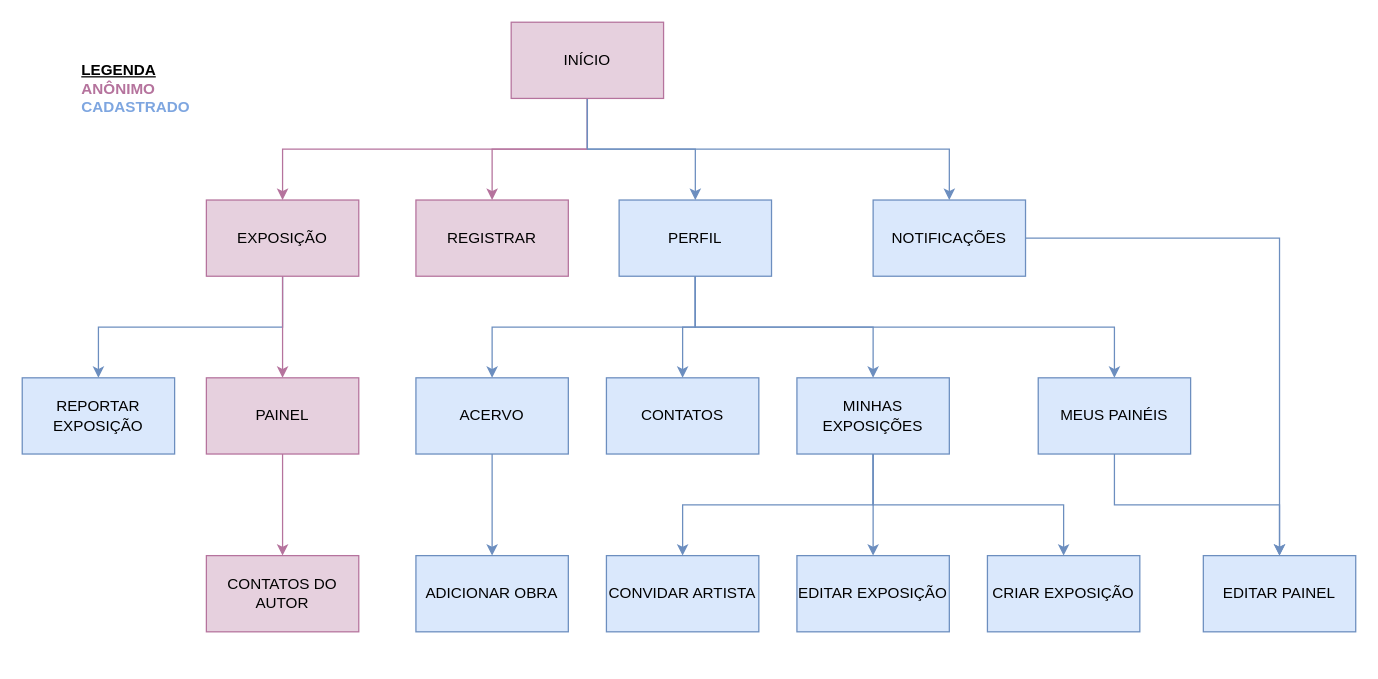
This is page "Mapa do Site" (2 of 7) of UnderExpo.drawio from GustavoDeOliveira/underexpo, a draw.io file, before an edit. Source tidied: cells renumbered, new cells numbered last; positions are measured from the earlier drawing's top-left corner, leaving out a move shared by most shapes. Both pictures are drawn from the tidied source at 127%, with x=0, y=0 at pixel (22, 22).
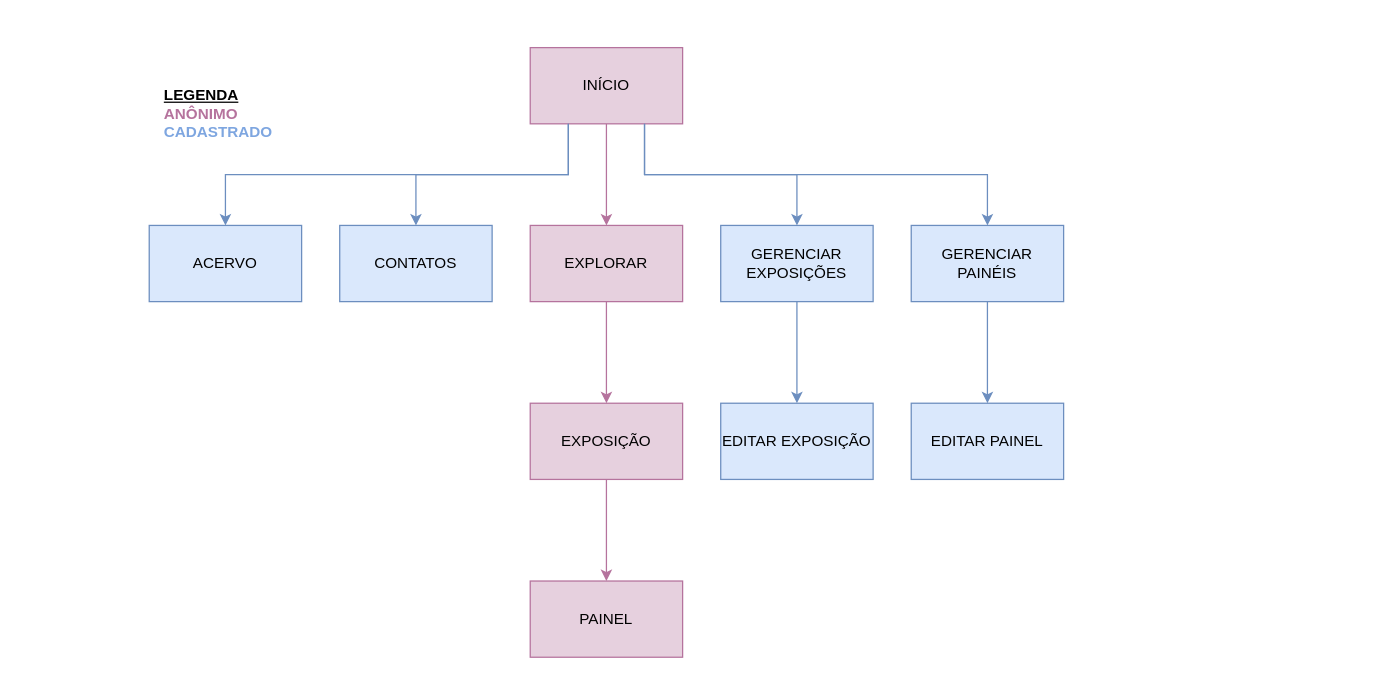
Above is the later version.

Commit message:
Atualizando mapa do site UnderExpo.drawio

The edit, as a diff of the source:
```diff
@@
-    <mxCell id="2" style="edgeStyle=orthogonalEdgeStyle;rounded=0;jettySize=auto;html=1;exitX=0.5;exitY=1;exitDx=0;exitDy=0;fillColor=#dae8fc;strokeColor=#6c8ebf;" parent="1" edge="1" source="11" target="30">
-      <mxGeometry relative="1" as="geometry" />
-    </mxCell>
-    <mxCell id="3" style="edgeStyle=orthogonalEdgeStyle;rounded=0;jettySize=auto;html=1;exitX=0.5;exitY=1;exitDx=0;exitDy=0;fillColor=#E6D0DE;strokeColor=#B5739D;" parent="1" edge="1" source="7" target="11">
+    <mxCell id="3" style="edgeStyle=orthogonalEdgeStyle;rounded=0;jettySize=auto;html=1;exitX=0.5;exitY=1;exitDx=0;exitDy=0;fillColor=#E6D0DE;strokeColor=#B5739D;entryX=0.5;entryY=0;entryDx=0;entryDy=0;" parent="1" edge="1" source="7" target="37">
       <mxGeometry relative="1" as="geometry" />
     </mxCell>
-    <mxCell id="4" style="edgeStyle=orthogonalEdgeStyle;rounded=0;jettySize=auto;html=1;fillColor=#dae8fc;strokeColor=#6c8ebf;exitX=0.5;exitY=1;exitDx=0;exitDy=0;" parent="1" edge="1" source="7" target="17">
-      <mxGeometry relative="1" as="geometry" />
-    </mxCell>
-    <mxCell id="5" style="edgeStyle=orthogonalEdgeStyle;rounded=0;jettySize=auto;html=1;fillColor=#E6D0DE;strokeColor=#B5739D;" parent="1" edge="1" source="7" target="23">
-      <mxGeometry relative="1" as="geometry" />
-    </mxCell>
-    <mxCell id="6" style="edgeStyle=orthogonalEdgeStyle;rounded=0;jettySize=auto;html=1;fillColor=#dae8fc;strokeColor=#6c8ebf;exitX=0.5;exitY=1;exitDx=0;exitDy=0;entryX=0.5;entryY=0;entryDx=0;entryDy=0;" parent="1" edge="1" source="7" target="28">
-      <mxGeometry relative="1" as="geometry" />
-    </mxCell>
     <mxCell id="7" value="INÍCIO" style="rounded=0;whiteSpace=wrap;html=1;fillColor=#E6D0DE;strokeColor=#B5739D;" parent="1" vertex="1">
-      <mxGeometry x="385" width="120" height="60" as="geometry" />
+      <mxGeometry x="400" y="20" width="120" height="60" as="geometry" />
     </mxCell>
@@
-    <mxCell id="10" style="edgeStyle=orthogonalEdgeStyle;rounded=0;jettySize=auto;html=1;fillColor=#dae8fc;strokeColor=#6c8ebf;exitX=0.5;exitY=1;exitDx=0;exitDy=0;entryX=0.5;entryY=0;entryDx=0;entryDy=0;" parent="1" edge="1" source="24" target="27">
-      <mxGeometry relative="1" as="geometry" />
-    </mxCell>
     <mxCell id="11" value="EXPOSIÇÃO" style="rounded=0;whiteSpace=wrap;html=1;fillColor=#E6D0DE;strokeColor=#B5739D;" parent="1" vertex="1">
-      <mxGeometry x="145" y="140" width="120" height="60" as="geometry" />
+      <mxGeometry x="400" y="300" width="120" height="60" as="geometry" />
     </mxCell>
-    <mxCell id="12" style="edgeStyle=orthogonalEdgeStyle;rounded=0;jettySize=auto;html=1;fillColor=#dae8fc;strokeColor=#6c8ebf;entryX=0.5;entryY=0;entryDx=0;entryDy=0;exitX=1;exitY=0.5;exitDx=0;exitDy=0;" parent="1" edge="1" source="28" target="22">
-      <mxGeometry relative="1" as="geometry" />
-    </mxCell>
-    <mxCell id="13" style="edgeStyle=orthogonalEdgeStyle;rounded=0;jettySize=auto;html=1;fillColor=#E6D0DE;strokeColor=#B5739D;" parent="1" edge="1" source="14" target="29">
-      <mxGeometry relative="1" as="geometry" />
-    </mxCell>
     <mxCell id="14" value="PAINEL" style="rounded=0;whiteSpace=wrap;html=1;fillColor=#E6D0DE;strokeColor=#B5739D;" parent="1" vertex="1">
-      <mxGeometry x="145" y="280" width="120" height="60" as="geometry" />
+      <mxGeometry x="400" y="440" width="120" height="60" as="geometry" />
     </mxCell>
-    <mxCell id="15" style="edgeStyle=orthogonalEdgeStyle;rounded=0;jettySize=auto;html=1;fillColor=#dae8fc;strokeColor=#6c8ebf;exitX=0.5;exitY=1;exitDx=0;exitDy=0;" parent="1" edge="1" source="17" target="19">
+    <mxCell id="15" style="edgeStyle=orthogonalEdgeStyle;rounded=0;jettySize=auto;html=1;fillColor=#dae8fc;strokeColor=#6c8ebf;exitX=0.25;exitY=1;exitDx=0;exitDy=0;" parent="1" edge="1" source="7" target="19">
       <mxGeometry relative="1" as="geometry" />
     </mxCell>
-    <mxCell id="16" style="edgeStyle=orthogonalEdgeStyle;rounded=0;jettySize=auto;html=1;exitX=0.5;exitY=1;exitDx=0;exitDy=0;entryX=0.5;entryY=0;entryDx=0;entryDy=0;fillColor=#dae8fc;strokeColor=#6c8ebf;" parent="1" edge="1" source="17" target="24">
-      <mxGeometry relative="1" as="geometry" />
-    </mxCell>
-    <mxCell id="17" value="PERFIL" style="rounded=0;whiteSpace=wrap;html=1;fillColor=#dae8fc;strokeColor=#6c8ebf;" parent="1" vertex="1">
-      <mxGeometry x="470" y="140" width="120" height="60" as="geometry" />
-    </mxCell>
-    <mxCell id="18" style="edgeStyle=orthogonalEdgeStyle;rounded=0;jettySize=auto;html=1;exitX=0.5;exitY=1;exitDx=0;exitDy=0;entryX=0.5;entryY=0;entryDx=0;entryDy=0;fillColor=#dae8fc;strokeColor=#6c8ebf;" parent="1" edge="1" source="19" target="31">
-      <mxGeometry relative="1" as="geometry" />
-    </mxCell>
     <mxCell id="19" value="ACERVO" style="rounded=0;whiteSpace=wrap;html=1;fillColor=#dae8fc;strokeColor=#6c8ebf;" parent="1" vertex="1">
-      <mxGeometry x="310" y="280" width="120" height="60" as="geometry" />
+      <mxGeometry x="100" y="160" width="120" height="60" as="geometry" />
     </mxCell>
     <mxCell id="20" value="&lt;b&gt;&lt;br&gt;&lt;u&gt;LEGENDA&lt;/u&gt;&lt;br&gt;&lt;font style=&quot;color: rgb(181, 115, 157);&quot;&gt;&lt;font&gt;ANÔNIMO&lt;/font&gt;&lt;br&gt;&lt;/font&gt;&lt;font style=&quot;color: rgb(126, 166, 224);&quot;&gt;CADASTRADO&lt;/font&gt;&lt;/b&gt;&lt;font color=&quot;#190033&quot;&gt;&lt;br&gt;&lt;/font&gt;" style="text;html=1;strokeColor=none;fillColor=none;align=left;verticalAlign=middle;whiteSpace=wrap;rounded=0;" parent="1" vertex="1">
-      <mxGeometry x="45" width="100" height="90" as="geometry" />
+      <mxGeometry x="110" y="30" width="100" height="70" as="geometry" />
     </mxCell>
     <mxCell id="21" value="EDITAR EXPOSIÇÃO" style="rounded=0;whiteSpace=wrap;html=1;fillColor=#dae8fc;strokeColor=#6c8ebf;" parent="1" vertex="1">
-      <mxGeometry x="610" y="420" width="120" height="60" as="geometry" />
+      <mxGeometry x="550" y="300" width="120" height="60" as="geometry" />
     </mxCell>
     <mxCell id="22" value="EDITAR PAINEL" style="rounded=0;whiteSpace=wrap;html=1;fillColor=#dae8fc;strokeColor=#6c8ebf;" parent="1" vertex="1">
-      <mxGeometry x="930" y="420" width="120" height="60" as="geometry" />
+      <mxGeometry x="700" y="300" width="120" height="60" as="geometry" />
     </mxCell>
-    <mxCell id="23" value="REGISTRAR" style="rounded=0;whiteSpace=wrap;html=1;fillColor=#E6D0DE;strokeColor=#B5739D;" parent="1" vertex="1">
-      <mxGeometry x="310" y="140" width="120" height="60" as="geometry" />
-    </mxCell>
-    <mxCell id="24" value="MINHAS EXPOSIÇÕES" style="rounded=0;whiteSpace=wrap;html=1;fillColor=#dae8fc;strokeColor=#6c8ebf;" parent="1" vertex="1">
-      <mxGeometry x="610" y="280" width="120" height="60" as="geometry" />
+    <mxCell id="24" value="GERENCIAR EXPOSIÇÕES" style="rounded=0;whiteSpace=wrap;html=1;fillColor=#dae8fc;strokeColor=#6c8ebf;" parent="1" vertex="1">
+      <mxGeometry x="550" y="160" width="120" height="60" as="geometry" />
     </mxCell>
-    <mxCell id="25" style="edgeStyle=orthogonalEdgeStyle;rounded=0;jettySize=auto;html=1;exitX=0.5;exitY=1;exitDx=0;exitDy=0;fillColor=#dae8fc;strokeColor=#6c8ebf;" parent="1" edge="1" source="24" target="26">
-      <mxGeometry relative="1" as="geometry" />
-    </mxCell>
-    <mxCell id="26" value="CRIAR EXPOSIÇÃO" style="rounded=0;whiteSpace=wrap;html=1;fillColor=#dae8fc;strokeColor=#6c8ebf;" parent="1" vertex="1">
-      <mxGeometry x="760" y="420" width="120" height="60" as="geometry" />
-    </mxCell>
-    <mxCell id="27" value="CONVIDAR ARTISTA" style="rounded=0;whiteSpace=wrap;html=1;fillColor=#dae8fc;strokeColor=#6c8ebf;" parent="1" vertex="1">
-      <mxGeometry x="460" y="420" width="120" height="60" as="geometry" />
-    </mxCell>
-    <mxCell id="28" value="NOTIFICAÇÕES" style="rounded=0;whiteSpace=wrap;html=1;fillColor=#dae8fc;strokeColor=#6c8ebf;" parent="1" vertex="1">
-      <mxGeometry x="670" y="140" width="120" height="60" as="geometry" />
-    </mxCell>
-    <mxCell id="29" value="CONTATOS DO AUTOR" style="rounded=0;whiteSpace=wrap;html=1;fillColor=#E6D0DE;strokeColor=#B5739D;" parent="1" vertex="1">
-      <mxGeometry x="145" y="420" width="120" height="60" as="geometry" />
-    </mxCell>
-    <mxCell id="30" value="REPORTAR EXPOSIÇÃO" style="whiteSpace=wrap;html=1;fillColor=#dae8fc;strokeColor=#6c8ebf;rounded=0;" parent="1" vertex="1">
-      <mxGeometry y="280" width="120" height="60" as="geometry" />
-    </mxCell>
-    <mxCell id="31" value="ADICIONAR OBRA" style="rounded=0;whiteSpace=wrap;html=1;fillColor=#dae8fc;strokeColor=#6c8ebf;" parent="1" vertex="1">
-      <mxGeometry x="310" y="420" width="120" height="60" as="geometry" />
-    </mxCell>
     <mxCell id="32" value="CONTATOS" style="rounded=0;whiteSpace=wrap;html=1;fillColor=#dae8fc;strokeColor=#6c8ebf;" parent="1" vertex="1">
-      <mxGeometry x="460" y="280" width="120" height="60" as="geometry" />
+      <mxGeometry x="250" y="160" width="120" height="60" as="geometry" />
     </mxCell>
-    <mxCell id="33" style="edgeStyle=orthogonalEdgeStyle;rounded=0;jettySize=auto;html=1;fillColor=#dae8fc;strokeColor=#6c8ebf;exitX=0.5;exitY=1;exitDx=0;exitDy=0;entryX=0.5;entryY=0;entryDx=0;entryDy=0;" parent="1" edge="1" source="17" target="32">
+    <mxCell id="33" style="edgeStyle=orthogonalEdgeStyle;rounded=0;jettySize=auto;html=1;fillColor=#dae8fc;strokeColor=#6c8ebf;exitX=0.25;exitY=1;exitDx=0;exitDy=0;entryX=0.5;entryY=0;entryDx=0;entryDy=0;" parent="1" edge="1" source="7" target="32">
       <mxGeometry relative="1" as="geometry" />
     </mxCell>
@@
-    <mxCell id="35" value="MEUS PAINÉIS" style="rounded=0;whiteSpace=wrap;html=1;fillColor=#dae8fc;strokeColor=#6c8ebf;" parent="1" vertex="1">
-      <mxGeometry x="800" y="280" width="120" height="60" as="geometry" />
+    <mxCell id="35" value="GERENCIAR PAINÉIS" style="rounded=0;whiteSpace=wrap;html=1;fillColor=#dae8fc;strokeColor=#6c8ebf;" parent="1" vertex="1">
+      <mxGeometry x="700" y="160" width="120" height="60" as="geometry" />
     </mxCell>
-    <mxCell id="36" style="edgeStyle=orthogonalEdgeStyle;rounded=0;jettySize=auto;html=1;exitX=0.5;exitY=1;exitDx=0;exitDy=0;entryX=0.5;entryY=0;entryDx=0;entryDy=0;fillColor=#dae8fc;strokeColor=#6c8ebf;" parent="1" edge="1" source="17" target="35">
-      <mxGeometry relative="1" as="geometry" />
-    </mxCell>
+    <mxCell id="37" value="EXPLORAR" style="rounded=0;whiteSpace=wrap;html=1;fillColor=#E6D0DE;strokeColor=#B5739D;" parent="1" vertex="1">
+      <mxGeometry x="400" y="160" width="120" height="60" as="geometry" />
+    </mxCell>
+    <mxCell id="38" style="edgeStyle=orthogonalEdgeStyle;rounded=0;jettySize=auto;html=1;fillColor=#E6D0DE;strokeColor=#B5739D;exitX=0.5;exitY=1;exitDx=0;exitDy=0;entryX=0.5;entryY=0;entryDx=0;entryDy=0;" parent="1" edge="1" source="37" target="11">
+      <mxGeometry relative="1" as="geometry" />
+    </mxCell>
+    <mxCell id="39" style="edgeStyle=orthogonalEdgeStyle;rounded=0;jettySize=auto;html=1;fillColor=#dae8fc;strokeColor=#6c8ebf;exitX=0.75;exitY=1;exitDx=0;exitDy=0;entryX=0.5;entryY=0;entryDx=0;entryDy=0;" parent="1" edge="1" source="7" target="24">
+      <mxGeometry relative="1" as="geometry" />
+    </mxCell>
+    <mxCell id="40" style="edgeStyle=orthogonalEdgeStyle;rounded=0;jettySize=auto;html=1;fillColor=#dae8fc;strokeColor=#6c8ebf;exitX=0.75;exitY=1;exitDx=0;exitDy=0;entryX=0.5;entryY=0;entryDx=0;entryDy=0;" parent="1" edge="1" source="7" target="35">
+      <mxGeometry relative="1" as="geometry" />
+    </mxCell>
```
